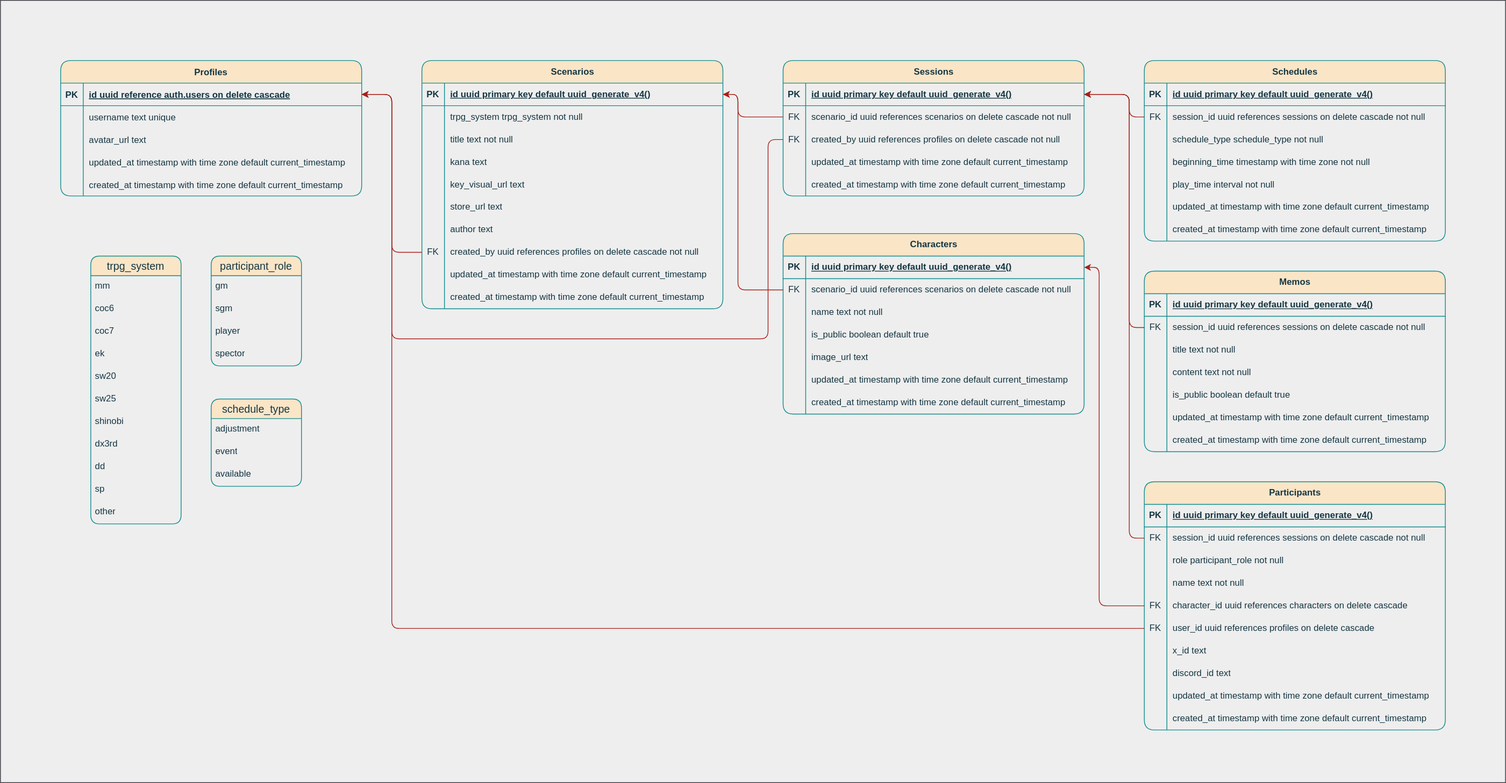
The draw.io diagram documents/er.drawio.svg in mic4dy/scenarioshelf, before a commit. Source tidied: cells renumbered, new cells last; positions are measured from the earlier drawing's top-left corner, leaving out a move shared by most shapes.
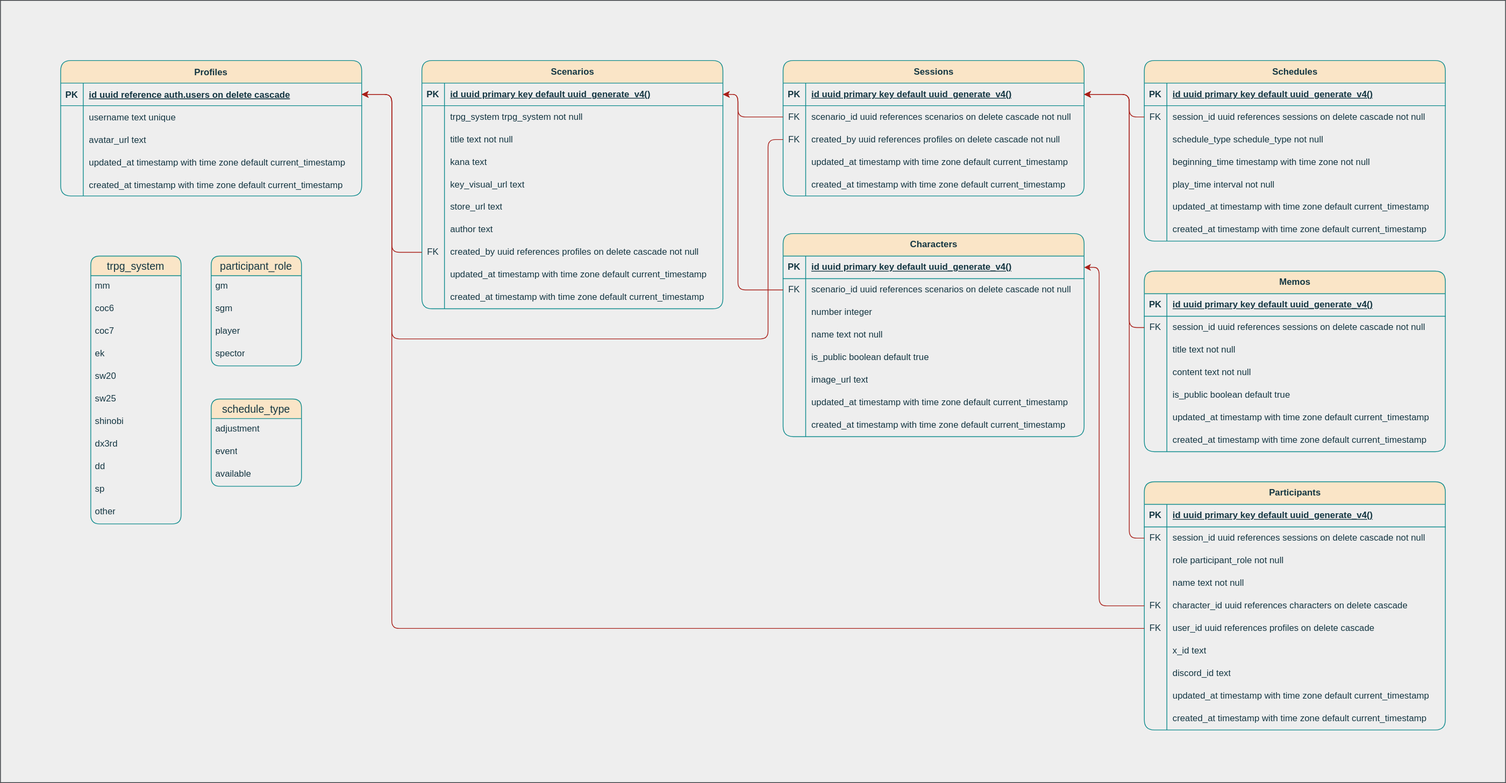
Above is the later version.

Diff of the diagram source:
```diff
@@ -339,7 +339,7 @@
       <mxGeometry y="116" width="120" height="30" as="geometry" />
     </mxCell>
     <mxCell id="114" value="Characters" style="shape=table;startSize=30;rowLines=0;fontStyle=1;align=center;html=1;rounded=1;labelBackgroundColor=none;fillColor=#FAE5C7;strokeColor=#0F8B8D;fontColor=#143642;" parent="1" vertex="1">
-      <mxGeometry x="1040" y="310" width="400" height="240" as="geometry" />
+      <mxGeometry x="1040" y="310" width="400" height="270" as="geometry" />
     </mxCell>
     <mxCell id="115" style="shape=tableRow;horizontal=0;startSize=0;swimlaneHead=0;swimlaneBody=0;fillColor=none;points=[[0,0.5],[1,0.5]];portConstraint=eastwest;top=0;left=0;right=0;bottom=1;rounded=1;labelBackgroundColor=none;strokeColor=#0F8B8D;fontColor=#143642;" parent="114" vertex="1">
       <mxGeometry y="30" width="400" height="30" as="geometry" />
@@ -359,8 +359,17 @@
     <mxCell id="120" value="scenario_id uuid references scenarios on delete cascade not null&amp;nbsp;" style="shape=partialRectangle;fillColor=none;top=0;left=0;bottom=0;right=0;align=left;spacingLeft=6;overflow=hidden;whiteSpace=wrap;html=1;rounded=1;labelBackgroundColor=none;strokeColor=#0F8B8D;fontColor=#143642;" parent="118" vertex="1">
       <mxGeometry x="30" width="370" height="30" as="geometry" />
     </mxCell>
+    <mxCell id="193" style="shape=tableRow;horizontal=0;startSize=0;swimlaneHead=0;swimlaneBody=0;fillColor=none;top=0;left=0;right=0;bottom=0;rounded=1;labelBackgroundColor=none;strokeColor=#0F8B8D;fontColor=#143642;" parent="114" vertex="1">
+      <mxGeometry y="90" width="400" height="30" as="geometry" />
+    </mxCell>
+    <mxCell id="194" style="shape=partialRectangle;fillColor=none;top=0;left=0;bottom=0;right=0;overflow=hidden;whiteSpace=wrap;html=1;rounded=1;labelBackgroundColor=none;strokeColor=#0F8B8D;fontColor=#143642;" parent="193" vertex="1">
+      <mxGeometry width="30" height="30" as="geometry" />
+    </mxCell>
+    <mxCell id="195" value="number integer" style="shape=partialRectangle;fillColor=none;top=0;left=0;bottom=0;right=0;align=left;spacingLeft=6;overflow=hidden;whiteSpace=wrap;html=1;rounded=1;labelBackgroundColor=none;strokeColor=#0F8B8D;fontColor=#143642;" parent="193" vertex="1">
+      <mxGeometry x="30" width="370" height="30" as="geometry" />
+    </mxCell>
     <mxCell id="121" style="shape=tableRow;horizontal=0;startSize=0;swimlaneHead=0;swimlaneBody=0;fillColor=none;top=0;left=0;right=0;bottom=0;rounded=1;labelBackgroundColor=none;strokeColor=#0F8B8D;fontColor=#143642;" parent="114" vertex="1">
-      <mxGeometry y="90" width="400" height="30" as="geometry" />
+      <mxGeometry y="120" width="400" height="30" as="geometry" />
     </mxCell>
     <mxCell id="122" style="shape=partialRectangle;fillColor=none;top=0;left=0;bottom=0;right=0;overflow=hidden;whiteSpace=wrap;html=1;rounded=1;labelBackgroundColor=none;strokeColor=#0F8B8D;fontColor=#143642;" parent="121" vertex="1">
       <mxGeometry width="30" height="30" as="geometry" />
@@ -369,7 +378,7 @@
       <mxGeometry x="30" width="370" height="30" as="geometry" />
     </mxCell>
     <mxCell id="124" style="shape=tableRow;horizontal=0;startSize=0;swimlaneHead=0;swimlaneBody=0;fillColor=none;top=0;left=0;right=0;bottom=0;rounded=1;labelBackgroundColor=none;strokeColor=#0F8B8D;fontColor=#143642;" parent="114" vertex="1">
-      <mxGeometry y="120" width="400" height="30" as="geometry" />
+      <mxGeometry y="150" width="400" height="30" as="geometry" />
     </mxCell>
     <mxCell id="125" style="shape=partialRectangle;fillColor=none;top=0;left=0;bottom=0;right=0;overflow=hidden;whiteSpace=wrap;html=1;rounded=1;labelBackgroundColor=none;strokeColor=#0F8B8D;fontColor=#143642;" parent="124" vertex="1">
       <mxGeometry width="30" height="30" as="geometry" />
@@ -378,7 +387,7 @@
       <mxGeometry x="30" width="370" height="30" as="geometry" />
     </mxCell>
     <mxCell id="127" style="shape=tableRow;horizontal=0;startSize=0;swimlaneHead=0;swimlaneBody=0;fillColor=none;top=0;left=0;right=0;bottom=0;rounded=1;labelBackgroundColor=none;strokeColor=#0F8B8D;fontColor=#143642;" parent="114" vertex="1">
-      <mxGeometry y="150" width="400" height="30" as="geometry" />
+      <mxGeometry y="180" width="400" height="30" as="geometry" />
     </mxCell>
     <mxCell id="128" style="shape=partialRectangle;fillColor=none;top=0;left=0;bottom=0;right=0;overflow=hidden;whiteSpace=wrap;html=1;rounded=1;labelBackgroundColor=none;strokeColor=#0F8B8D;fontColor=#143642;" parent="127" vertex="1">
       <mxGeometry width="30" height="30" as="geometry" />
@@ -387,7 +396,7 @@
       <mxGeometry x="30" width="370" height="30" as="geometry" />
     </mxCell>
     <mxCell id="130" style="shape=tableRow;horizontal=0;startSize=0;swimlaneHead=0;swimlaneBody=0;fillColor=none;top=0;left=0;right=0;bottom=0;rounded=1;labelBackgroundColor=none;strokeColor=#0F8B8D;fontColor=#143642;" parent="114" vertex="1">
-      <mxGeometry y="180" width="400" height="30" as="geometry" />
+      <mxGeometry y="210" width="400" height="30" as="geometry" />
     </mxCell>
     <mxCell id="131" style="shape=partialRectangle;fillColor=none;top=0;left=0;bottom=0;right=0;overflow=hidden;whiteSpace=wrap;html=1;rounded=1;labelBackgroundColor=none;strokeColor=#0F8B8D;fontColor=#143642;" parent="130" vertex="1">
       <mxGeometry width="30" height="30" as="geometry" />
@@ -396,7 +405,7 @@
       <mxGeometry x="30" width="370" height="30" as="geometry" />
     </mxCell>
     <mxCell id="133" style="shape=tableRow;horizontal=0;startSize=0;swimlaneHead=0;swimlaneBody=0;fillColor=none;top=0;left=0;right=0;bottom=0;rounded=1;labelBackgroundColor=none;strokeColor=#0F8B8D;fontColor=#143642;" parent="114" vertex="1">
-      <mxGeometry y="210" width="400" height="30" as="geometry" />
+      <mxGeometry y="240" width="400" height="30" as="geometry" />
     </mxCell>
     <mxCell id="134" style="shape=partialRectangle;fillColor=none;top=0;left=0;bottom=0;right=0;overflow=hidden;whiteSpace=wrap;html=1;rounded=1;labelBackgroundColor=none;strokeColor=#0F8B8D;fontColor=#143642;" parent="133" vertex="1">
       <mxGeometry width="30" height="30" as="geometry" />
```
